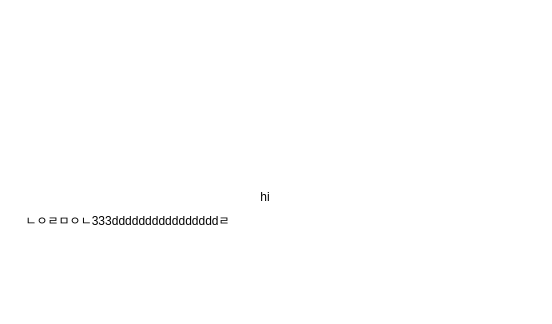
This is Untitled Diagram.drawio from zunik/zunik_home, a draw.io file, before an edit. Source tidied: cells renumbered, new cells numbered last; positions are measured from the earlier drawing's top-left corner, leaving out a move shared by most shapes. Both pictures are drawn from the tidied source at 100%, with x=0, y=0 at pixel (82, 187).
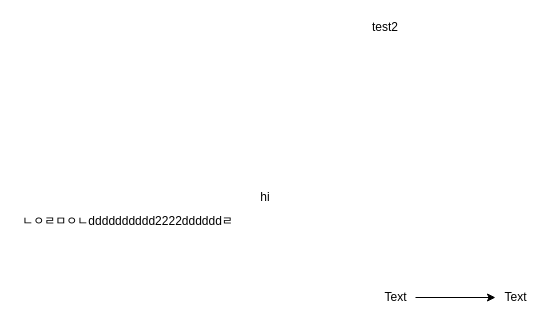
Above is the later version.

Diff of the diagram source:
```diff
@@
 <mxGraphModel>
   <root>
     <mxCell id="0" />
     <mxCell id="1" parent="0" />
     <mxCell id="2" value="hi" style="text;html=1;strokeColor=none;fillColor=none;align=center;verticalAlign=middle;whiteSpace=wrap;rounded=0;" parent="1" vertex="1">
       <mxGeometry x="163" width="40" height="20" as="geometry" />
     </mxCell>
-    <mxCell id="3" value="ㄴㅇㄹㅁㅇㄴ333ddddddddddddddddㄹ" style="text;html=1;align=center;verticalAlign=middle;" parent="1" vertex="1">
-      <mxGeometry y="24" width="90" height="20" as="geometry" />
+    <mxCell id="3" value="ㄴㅇㄹㅁㅇㄴdddddddddd2222ddddddㄹ" style="text;html=1;align=center;verticalAlign=middle;" parent="1" vertex="1">
+      <mxGeometry x="-65" y="24" width="220" height="20" as="geometry" />
     </mxCell>
+    <mxCell id="4" value="test2" style="text;html=1;strokeColor=none;fillColor=none;align=center;verticalAlign=middle;whiteSpace=wrap;rounded=0;" parent="1" vertex="1">
+      <mxGeometry x="283" y="-170" width="40" height="20" as="geometry" />
+    </mxCell>
+    <mxCell id="5" style="edgeStyle=orthogonalEdgeStyle;rounded=0;jettySize=auto;html=1;" parent="1" edge="1" source="6" target="7">
+      <mxGeometry relative="1" as="geometry" />
+    </mxCell>
+    <mxCell id="6" value="Text" style="text;html=1;align=center;verticalAlign=middle;points=[];" parent="1" vertex="1">
+      <mxGeometry x="293" y="100" width="40" height="20" as="geometry" />
+    </mxCell>
+    <mxCell id="7" value="Text" style="text;html=1;align=center;verticalAlign=middle;points=[];" parent="1" vertex="1">
+      <mxGeometry x="413" y="100" width="40" height="20" as="geometry" />
+    </mxCell>
   </root>
 </mxGraphModel>
```
